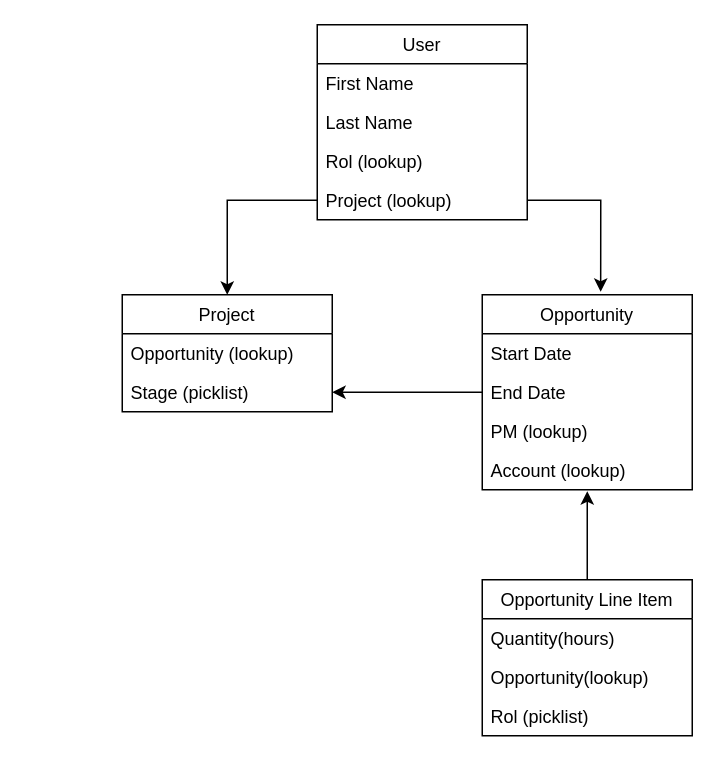
Earlier version of the draw.io diagram Modelo de datos.drawio (PaulaBi/Test). Source tidied: cells renumbered, new cells numbered last; positions are measured from the earlier drawing's top-left corner, leaving out a move shared by most shapes. Both pictures are drawn from the tidied source at 150%, with x=0, y=0 at pixel (122, 24).
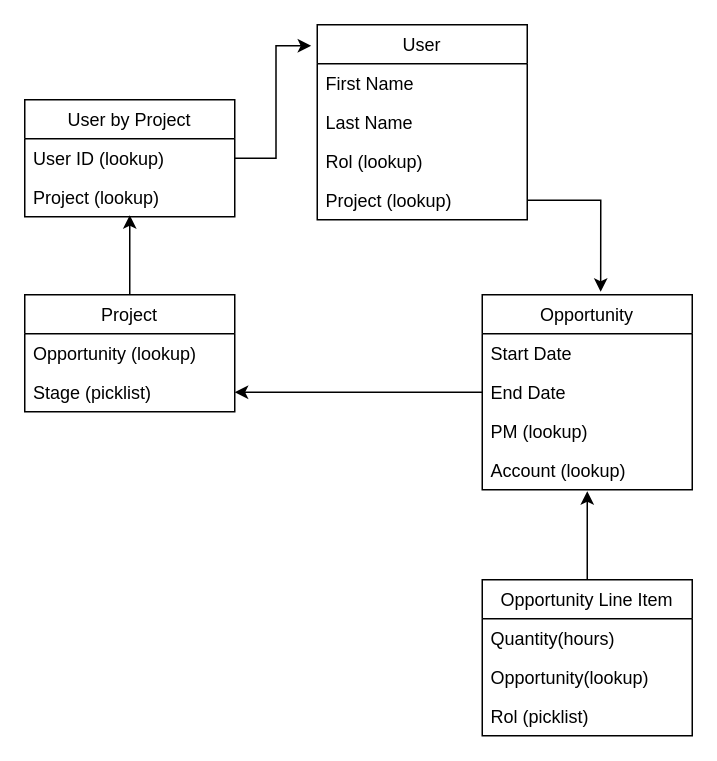
The same page after the edit.

The change refers to these unchanged cells:
```xml
<mxCell id="4" value="Stage (picklist)" style="text;strokeColor=none;fillColor=none;align=left;verticalAlign=top;spacingLeft=4;spacingRight=4;overflow=hidden;points=[[0,0.5],[1,0.5]];portConstraint=eastwest;" parent="2" vertex="1">
  <mxGeometry y="52" width="140" height="26" as="geometry" />
</mxCell>
<mxCell id="5" value="User" style="swimlane;fontStyle=0;horizontal=1;startSize=26;" parent="1" vertex="1">
  <mxGeometry x="130" width="140" height="130" as="geometry" />
</mxCell>
<mxCell id="9" value="Project (lookup)" style="text;strokeColor=none;fillColor=none;align=left;verticalAlign=top;spacingLeft=4;spacingRight=4;overflow=hidden;points=[[0,0.5],[1,0.5]];portConstraint=eastwest;" parent="5" vertex="1">
  <mxGeometry y="104" width="140" height="26" as="geometry" />
</mxCell>
<mxCell id="12" value="End Date" style="text;strokeColor=none;fillColor=none;align=left;verticalAlign=top;spacingLeft=4;spacingRight=4;overflow=hidden;points=[[0,0.5],[1,0.5]];portConstraint=eastwest;" parent="10" vertex="1">
  <mxGeometry y="52" width="140" height="26" as="geometry" />
</mxCell>
```

Diff of the diagram source:
```diff
@@
+    <mxCell id="23" style="edgeStyle=orthogonalEdgeStyle;rounded=0;jettySize=auto;html=1;exitX=0.5;exitY=0;exitDx=0;exitDy=0;entryX=0.5;entryY=0.962;entryDx=0;entryDy=0;entryPerimeter=0;" parent="1" edge="1" source="2" target="26">
+      <mxGeometry relative="1" as="geometry" />
+    </mxCell>
     <mxCell id="2" value="Project" style="swimlane;fontStyle=0;horizontal=1;startSize=26;" parent="1" vertex="1">
-      <mxGeometry y="180" width="140" height="78" as="geometry" />
+      <mxGeometry x="-65" y="180" width="140" height="78" as="geometry" />
     </mxCell>
@@
-    <mxCell id="20" style="edgeStyle=orthogonalEdgeStyle;rounded=0;jettySize=auto;html=1;exitX=0;exitY=0.5;exitDx=0;exitDy=0;entryX=1;entryY=0.5;entryDx=0;entryDy=0;" parent="1" edge="1" source="12">
-      <mxGeometry relative="1" as="geometry">
-        <mxPoint x="140" y="245" as="targetPoint" />
-      </mxGeometry>
+    <mxCell id="20" style="edgeStyle=orthogonalEdgeStyle;rounded=0;jettySize=auto;html=1;exitX=0;exitY=0.5;exitDx=0;exitDy=0;entryX=1;entryY=0.5;entryDx=0;entryDy=0;" parent="1" edge="1" source="12" target="4">
+      <mxGeometry relative="1" as="geometry" />
     </mxCell>
-    <mxCell id="21" style="edgeStyle=orthogonalEdgeStyle;rounded=0;jettySize=auto;html=1;exitX=0;exitY=0.5;exitDx=0;exitDy=0;entryX=0.5;entryY=0;entryDx=0;entryDy=0;" parent="1" edge="1" source="9" target="2">
-      <mxGeometry relative="1" as="geometry" />
-    </mxCell>
@@
+    <mxCell id="24" value="User by Project" style="swimlane;fontStyle=0;horizontal=1;startSize=26;" parent="1" vertex="1">
+      <mxGeometry x="-65" y="50" width="140" height="78" as="geometry" />
+    </mxCell>
+    <mxCell id="25" value="User ID (lookup)" style="text;strokeColor=none;fillColor=none;align=left;verticalAlign=top;spacingLeft=4;spacingRight=4;overflow=hidden;points=[[0,0.5],[1,0.5]];portConstraint=eastwest;" parent="24" vertex="1">
+      <mxGeometry y="26" width="140" height="26" as="geometry" />
+    </mxCell>
+    <mxCell id="26" value="Project (lookup)" style="text;strokeColor=none;fillColor=none;align=left;verticalAlign=top;spacingLeft=4;spacingRight=4;overflow=hidden;points=[[0,0.5],[1,0.5]];portConstraint=eastwest;" parent="24" vertex="1">
+      <mxGeometry y="52" width="140" height="26" as="geometry" />
+    </mxCell>
+    <mxCell id="27" style="edgeStyle=orthogonalEdgeStyle;rounded=0;jettySize=auto;html=1;exitX=1;exitY=0.5;exitDx=0;exitDy=0;entryX=-0.029;entryY=0.108;entryDx=0;entryDy=0;entryPerimeter=0;" parent="1" edge="1" source="25" target="5">
+      <mxGeometry relative="1" as="geometry" />
+    </mxCell>
```
